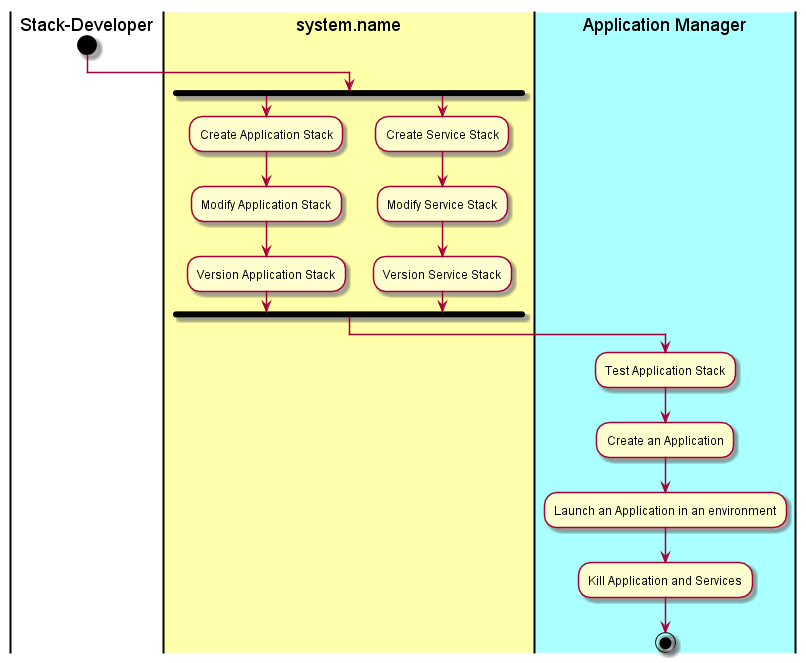
The PlantUML diagram docs/Actors/Stack-Developer/Workflow.png in CAADE/ADC, before a commit.
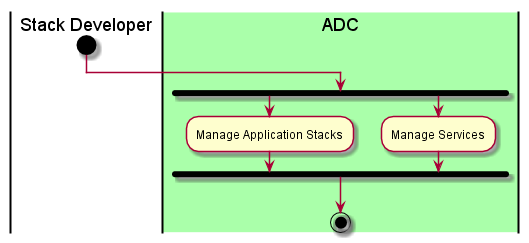
The same diagram one commit later.

What changed in the source:
```diff
@@ -1,20 +1,11 @@
 @startuml
-|Stack-Developer|
+|Stack Developer|
 start
-|#ffffaa|system.name|
+|#aaffaa|ADC|
 fork
-:Create Application Stack;
-:Modify Application Stack;
-:Version Application Stack;
+:Manage Application Stacks;
 fork again
-:Create Service Stack;
-:Modify Service Stack;
-:Version Service Stack;
+:Manage Services;
 fork end
-|#aaffff|Application Manager|
-:Test Application Stack;
-:Create an Application;
-:Launch an Application in an environment;
-:Kill Application and Services;
 stop
 @enduml
```
